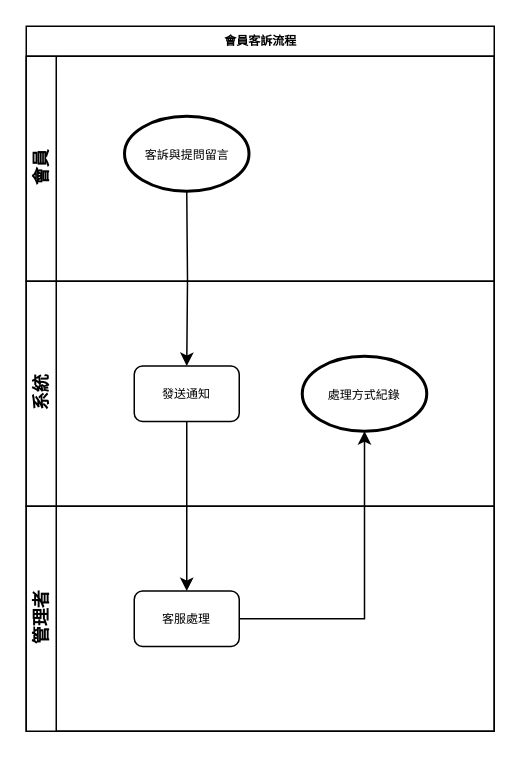
Shenyoyo/ShoppingWeb keeps this draw.io diagram as page "問題回覆流程" (8 of 11) of 系統規劃/購物網系統流程.drawio. Above is the earlier version. Source tidied: cells renumbered, new cells numbered last; positions are measured from the earlier drawing's top-left corner, leaving out a move shared by most shapes. Both pictures are drawn from the tidied source at 150%, with x=0, y=0 at pixel (26, 26).
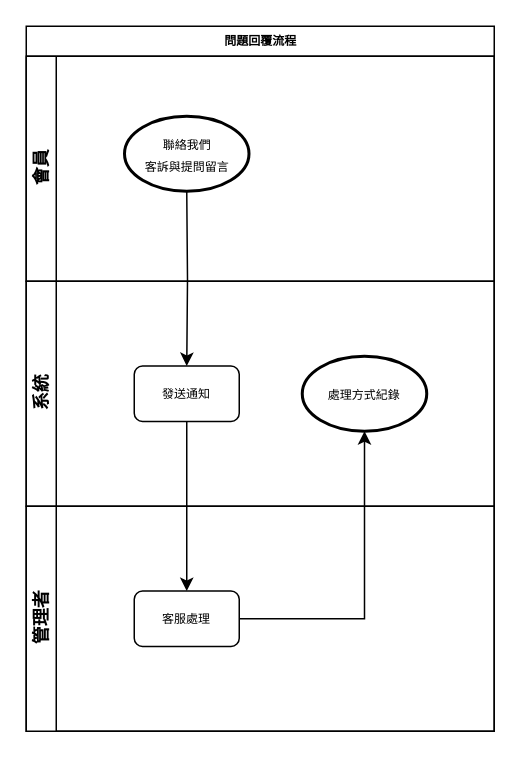
Above is the later version.

The edit, as a diff of the source:
```diff
@@
 <mxGraphModel>
   <root>
     <mxCell id="0" />
     <mxCell id="1" parent="0" />
-    <mxCell id="2" value="會員客訴流程" style="swimlane;html=1;horizontal=1;startSize=20;rounded=0;shadow=0;labelBackgroundColor=none;strokeWidth=1;fontFamily=Verdana;fontSize=8;align=center;" parent="1" vertex="1">
+    <mxCell id="2" value="問題回覆流程" style="swimlane;html=1;horizontal=1;startSize=20;rounded=0;shadow=0;labelBackgroundColor=none;strokeWidth=1;fontFamily=Verdana;fontSize=8;align=center;" parent="1" vertex="1">
       <mxGeometry width="312" height="470" as="geometry" />
     </mxCell>
     <mxCell id="3" value="會員" style="swimlane;html=1;startSize=20;horizontal=0;flipV=0;" parent="2" vertex="1">
       <mxGeometry y="20" width="312" height="150" as="geometry" />
     </mxCell>
-    <mxCell id="4" value="&lt;span style=&quot;font-family: &amp;#34;verdana&amp;#34; ; font-size: 8px&quot;&gt;客訴與提問留言&lt;/span&gt;" style="strokeWidth=2;html=1;shape=mxgraph.flowchart.start_1;whiteSpace=wrap;" parent="3" vertex="1">
+    <mxCell id="4" value="&lt;span style=&quot;font-family: &amp;#34;verdana&amp;#34; ; font-size: 8px&quot;&gt;聯絡我們&lt;br&gt;客訴與提問留言&lt;/span&gt;" style="strokeWidth=2;html=1;shape=mxgraph.flowchart.start_1;whiteSpace=wrap;" parent="3" vertex="1">
       <mxGeometry x="65.5" y="40" width="83" height="50" as="geometry" />
     </mxCell>
     <mxCell id="5" value="系統" style="swimlane;html=1;startSize=20;horizontal=0;" parent="2" vertex="1">
       <mxGeometry y="170" width="312" height="150" as="geometry" />
     </mxCell>
     <mxCell id="6" value="發送通知" style="rounded=1;whiteSpace=wrap;html=1;shadow=0;labelBackgroundColor=none;strokeWidth=1;fontFamily=Verdana;fontSize=8;align=center;" parent="5" vertex="1">
       <mxGeometry x="72" y="56.5" width="70" height="37" as="geometry" />
     </mxCell>
     <mxCell id="7" value="&lt;span style=&quot;font-family: &amp;#34;verdana&amp;#34; ; font-size: 8px&quot;&gt;處理方式紀錄&lt;/span&gt;" style="strokeWidth=2;html=1;shape=mxgraph.flowchart.start_1;whiteSpace=wrap;" parent="5" vertex="1">
       <mxGeometry x="184" y="50" width="83" height="50" as="geometry" />
     </mxCell>
     <mxCell id="8" value="管理者" style="swimlane;html=1;startSize=20;horizontal=0;" parent="2" vertex="1">
       <mxGeometry y="320" width="312" height="150" as="geometry" />
     </mxCell>
     <mxCell id="9" value="客服處理" style="rounded=1;whiteSpace=wrap;html=1;shadow=0;labelBackgroundColor=none;strokeWidth=1;fontFamily=Verdana;fontSize=8;align=center;" parent="8" vertex="1">
       <mxGeometry x="72" y="56.5" width="70" height="37" as="geometry" />
     </mxCell>
     <mxCell id="10" style="edgeStyle=orthogonalEdgeStyle;rounded=0;jettySize=auto;html=1;entryX=0.5;entryY=0;entryDx=0;entryDy=0;" parent="2" edge="1" target="6">
       <mxGeometry relative="1" as="geometry">
         <mxPoint x="107" y="110" as="sourcePoint" />
       </mxGeometry>
     </mxCell>
     <mxCell id="11" style="edgeStyle=orthogonalEdgeStyle;rounded=0;jettySize=auto;html=1;" parent="2" edge="1" source="6" target="9">
       <mxGeometry relative="1" as="geometry" />
     </mxCell>
     <mxCell id="12" style="edgeStyle=orthogonalEdgeStyle;rounded=0;jettySize=auto;html=1;entryX=0.5;entryY=1;entryDx=0;entryDy=0;entryPerimeter=0;" parent="2" edge="1" source="9" target="7">
       <mxGeometry relative="1" as="geometry" />
     </mxCell>
   </root>
 </mxGraphModel>
```
